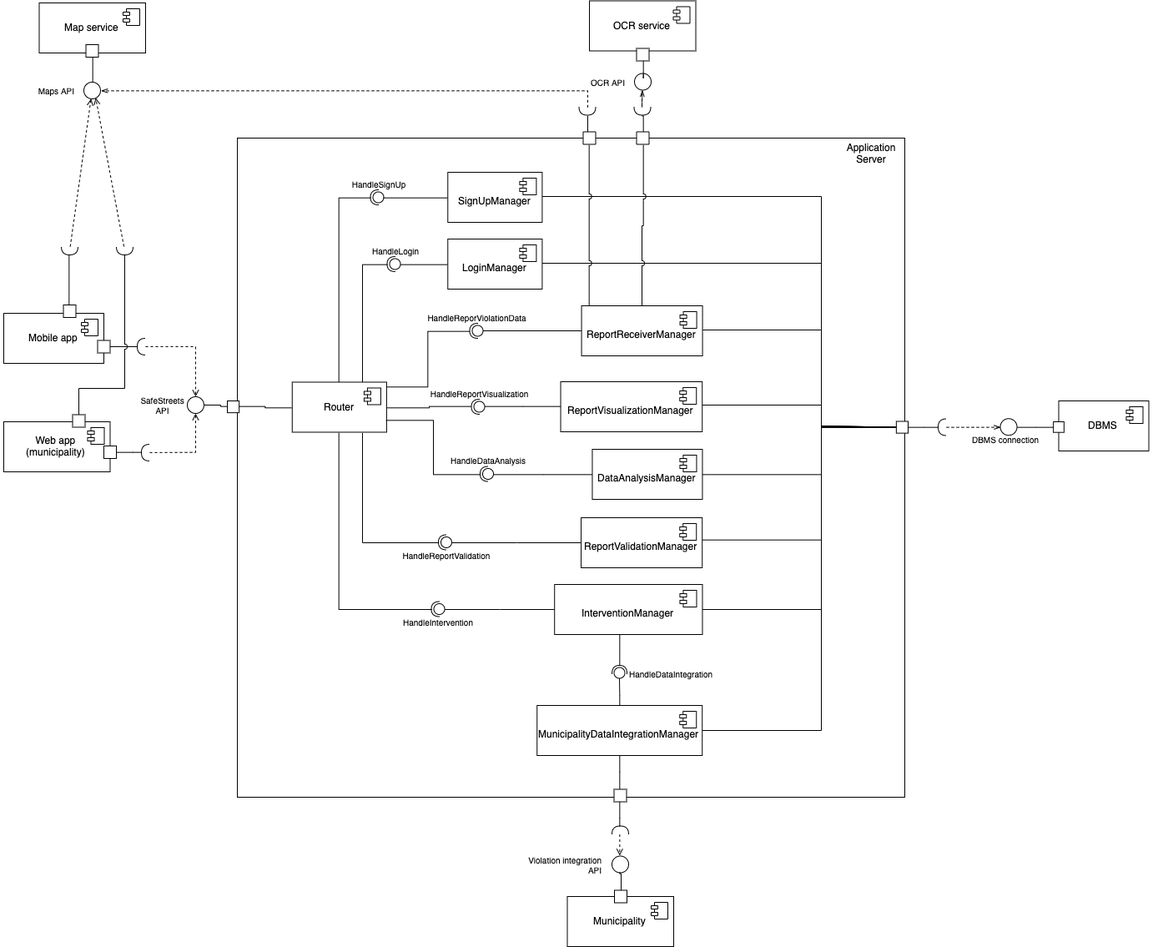
Before: Documentation/DD/Images/componentsDiagram.png, a diagram exported from draw.io (AndreaFalanti/FalantiHuang-SwEngineering2). Source tidied: cells renumbered, new cells last; positions are measured from the earlier drawing's top-left corner, leaving out a move shared by most shapes.
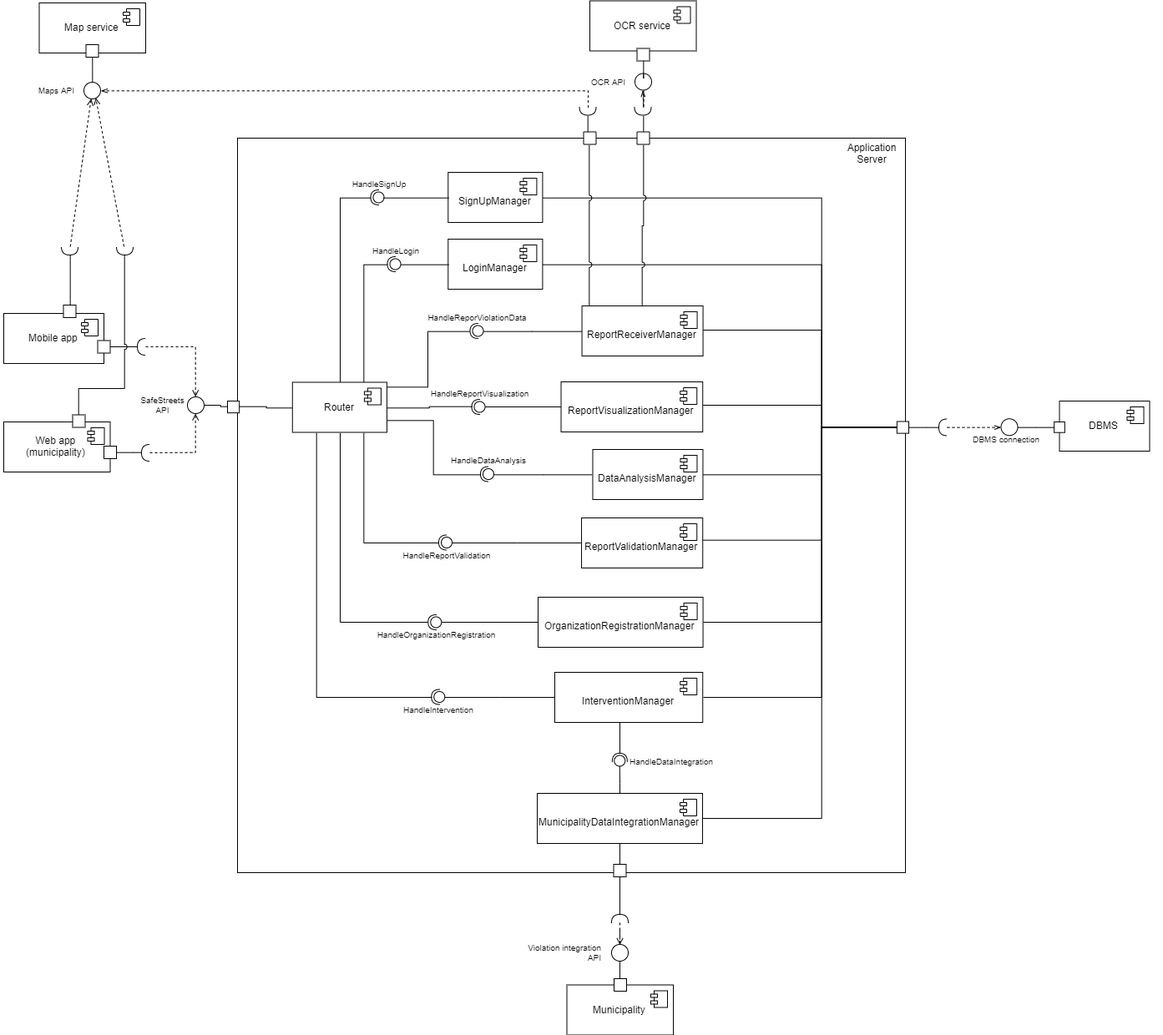
Above is the later version.

The edit, as a diff of the source:
```diff
@@ -3,7 +3,7 @@
     <mxCell id="0" />
     <mxCell id="1" parent="0" />
     <mxCell id="2" style="html=1;fontFamily=Helvetica;fontSize=10;align=center;labelPosition=center;verticalLabelPosition=middle;verticalAlign=top;" parent="1" vertex="1">
-      <mxGeometry x="284" y="164" width="800" height="790" as="geometry" />
+      <mxGeometry x="284" y="164" width="800" height="880" as="geometry" />
     </mxCell>
     <mxCell id="3" style="edgeStyle=orthogonalEdgeStyle;rounded=0;jettySize=auto;html=1;entryX=0.5;entryY=0;entryDx=0;entryDy=0;endArrow=open;endFill=0;dashed=1;fontFamily=Helvetica;fontSize=12;" parent="1" edge="1" source="4" target="20">
       <mxGeometry relative="1" as="geometry" />
@@ -87,9 +87,12 @@
     <mxCell id="28" style="edgeStyle=orthogonalEdgeStyle;rounded=0;jettySize=auto;html=1;exitX=0.75;exitY=1;exitDx=0;exitDy=0;endArrow=none;endFill=0;fontFamily=Helvetica;fontSize=10;entryX=1;entryY=0.5;entryDx=0;entryDy=0;entryPerimeter=0;" parent="1" edge="1" source="30" target="62">
       <mxGeometry relative="1" as="geometry" />
     </mxCell>
-    <mxCell id="29" style="edgeStyle=orthogonalEdgeStyle;rounded=0;jettySize=auto;html=1;exitX=0.5;exitY=1;exitDx=0;exitDy=0;endArrow=none;endFill=0;fontFamily=Helvetica;fontSize=10;entryX=1;entryY=0.5;entryDx=0;entryDy=0;entryPerimeter=0;" parent="1" edge="1" source="30" target="66">
+    <mxCell id="29" style="edgeStyle=orthogonalEdgeStyle;rounded=0;jettySize=auto;html=1;exitX=0.25;exitY=1;exitDx=0;exitDy=0;endArrow=none;endFill=0;fontFamily=Helvetica;fontSize=10;entryX=1;entryY=0.5;entryDx=0;entryDy=0;entryPerimeter=0;" parent="1" edge="1" source="30" target="66">
       <mxGeometry relative="1" as="geometry" />
     </mxCell>
+    <mxCell id="168" style="edgeStyle=orthogonalEdgeStyle;rounded=0;jettySize=auto;html=1;exitX=0.5;exitY=1;exitDx=0;exitDy=0;entryX=1;entryY=0.5;entryDx=0;entryDy=0;entryPerimeter=0;endArrow=none;endFill=0;" parent="1" edge="1" source="30" target="177">
+      <mxGeometry relative="1" as="geometry" />
+    </mxCell>
     <mxCell id="30" value="Router" style="html=1;align=center;fontFamily=Helvetica;fontSize=12;" parent="1" vertex="1">
       <mxGeometry x="349.8" y="456.5" width="113.1" height="60" as="geometry" />
     </mxCell>
@@ -101,8 +104,8 @@
     <mxCell id="32" style="edgeStyle=orthogonalEdgeStyle;rounded=0;jumpStyle=none;jettySize=auto;html=1;entryX=0;entryY=0.5;entryDx=0;entryDy=0;endArrow=none;endFill=0;fontFamily=Helvetica;fontSize=10;" parent="1" edge="1" source="33" target="133">
       <mxGeometry relative="1" as="geometry">
         <Array as="points">
-          <mxPoint x="984" y="314" />
-          <mxPoint x="984" y="509" />
+          <mxPoint x="984" y="315" />
+          <mxPoint x="984" y="511" />
         </Array>
       </mxGeometry>
     </mxCell>
@@ -138,16 +141,16 @@
     <mxCell id="42" style="edgeStyle=orthogonalEdgeStyle;rounded=0;jettySize=auto;html=1;entryX=0.5;entryY=0;entryDx=0;entryDy=0;endArrow=none;endFill=0;fontFamily=Helvetica;fontSize=10;" parent="1" edge="1" source="44" target="135">
       <mxGeometry relative="1" as="geometry" />
     </mxCell>
-    <mxCell id="43" style="edgeStyle=orthogonalEdgeStyle;rounded=0;jumpStyle=none;jettySize=auto;html=1;entryX=0;entryY=0.5;entryDx=0;entryDy=0;endArrow=none;endFill=0;fontFamily=Helvetica;fontSize=10;" parent="1" edge="1" source="44" target="133">
+    <mxCell id="43" style="edgeStyle=orthogonalEdgeStyle;rounded=0;jumpStyle=none;jettySize=auto;html=1;entryX=0;entryY=0.5;entryDx=0;entryDy=0;endArrow=none;endFill=0;fontFamily=Helvetica;fontSize=10;exitX=1;exitY=0.5;exitDx=0;exitDy=0;" parent="1" edge="1" source="44" target="133">
       <mxGeometry relative="1" as="geometry">
         <Array as="points">
-          <mxPoint x="984" y="874" />
-          <mxPoint x="984" y="510" />
+          <mxPoint x="984" y="979" />
+          <mxPoint x="984" y="511" />
         </Array>
       </mxGeometry>
     </mxCell>
     <mxCell id="44" value="MunicipalityDataIntegrationManager" style="html=1;align=center;verticalAlign=middle;horizontal=1;spacingBottom=0;spacingTop=10;noLabel=0;fontFamily=Helvetica;fontSize=12;" parent="1" vertex="1">
-      <mxGeometry x="643.2" y="844" width="198" height="60" as="geometry" />
+      <mxGeometry x="643" y="949" width="198" height="60" as="geometry" />
     </mxCell>
     <mxCell id="45" style="shape=component;jettyWidth=8;jettyHeight=4;fontFamily=Helvetica;fontSize=12;" parent="44" vertex="1">
       <mxGeometry x="1" width="20" height="20" relative="1" as="geometry">
@@ -205,16 +208,16 @@
     <mxCell id="55" style="edgeStyle=orthogonalEdgeStyle;rounded=0;jettySize=auto;html=1;exitX=0.5;exitY=1;exitDx=0;exitDy=0;entryX=1;entryY=0.5;entryDx=0;entryDy=0;entryPerimeter=0;endArrow=none;endFill=0;fontFamily=Helvetica;fontSize=10;" parent="1" edge="1" source="57" target="71">
       <mxGeometry relative="1" as="geometry" />
     </mxCell>
-    <mxCell id="56" style="edgeStyle=orthogonalEdgeStyle;rounded=0;jumpStyle=none;jettySize=auto;html=1;entryX=0;entryY=0.5;entryDx=0;entryDy=0;endArrow=none;endFill=0;fontFamily=Helvetica;fontSize=10;" parent="1" edge="1" source="57" target="133">
+    <mxCell id="56" style="edgeStyle=orthogonalEdgeStyle;rounded=0;jumpStyle=none;jettySize=auto;html=1;entryX=0;entryY=0.5;entryDx=0;entryDy=0;endArrow=none;endFill=0;fontFamily=Helvetica;fontSize=10;exitX=1;exitY=0.5;exitDx=0;exitDy=0;" parent="1" edge="1" source="57" target="133">
       <mxGeometry relative="1" as="geometry">
         <Array as="points">
-          <mxPoint x="984" y="729" />
-          <mxPoint x="984" y="510" />
+          <mxPoint x="984" y="834" />
+          <mxPoint x="984" y="511" />
         </Array>
       </mxGeometry>
     </mxCell>
     <mxCell id="57" value="InterventionManager" style="html=1;align=center;verticalAlign=middle;horizontal=1;spacingBottom=0;spacingTop=10;fontFamily=Helvetica;fontSize=12;" parent="1" vertex="1">
-      <mxGeometry x="664.2" y="699" width="177.2" height="60" as="geometry" />
+      <mxGeometry x="664" y="804" width="177.2" height="60" as="geometry" />
     </mxCell>
     <mxCell id="58" style="shape=component;jettyWidth=8;jettyHeight=4;fontFamily=Helvetica;fontSize=12;" parent="57" vertex="1">
       <mxGeometry x="1" width="20" height="20" relative="1" as="geometry">
@@ -233,32 +236,20 @@
     <mxCell id="62" style="shape=requiredInterface;html=1;verticalLabelPosition=bottom;fontFamily=Helvetica;fontSize=10;align=center;flipH=1;" parent="59" vertex="1">
       <mxGeometry x="41" width="10" height="18" as="geometry" />
     </mxCell>
-    <mxCell id="63" style="group;" parent="1" vertex="1">
-      <mxGeometry x="475.5" y="719.5" width="100" height="29" as="geometry" />
-    </mxCell>
-    <mxCell id="64" style="ellipse;whiteSpace=wrap;html=1;align=center;fontFamily=Helvetica;fontSize=12;" parent="63" vertex="1">
-      <mxGeometry x="44" y="2.5" width="13" height="13" as="geometry" />
-    </mxCell>
-    <mxCell id="65" value="HandleIntervention" style="text;html=1;strokeColor=none;fillColor=none;align=center;verticalAlign=middle;whiteSpace=wrap;rounded=0;fontSize=10;fontFamily=Helvetica;" parent="63" vertex="1">
-      <mxGeometry y="19" width="100" height="10" as="geometry" />
-    </mxCell>
-    <mxCell id="66" style="shape=requiredInterface;html=1;verticalLabelPosition=bottom;fontFamily=Helvetica;fontSize=10;align=center;flipH=1;" parent="63" vertex="1">
-      <mxGeometry x="41" width="10" height="18" as="geometry" />
-    </mxCell>
     <mxCell id="67" style="edgeStyle=orthogonalEdgeStyle;rounded=0;jettySize=auto;html=1;entryX=0;entryY=0.5;entryDx=0;entryDy=0;endArrow=none;endFill=0;fontFamily=Helvetica;fontSize=10;" parent="1" edge="1" source="64" target="57">
       <mxGeometry relative="1" as="geometry" />
     </mxCell>
     <mxCell id="68" value="HandleDataIntegration" style="text;html=1;strokeColor=none;fillColor=none;align=left;verticalAlign=middle;whiteSpace=wrap;rounded=0;fontSize=10;fontFamily=Helvetica;" parent="1" vertex="1">
-      <mxGeometry x="752" y="801" width="70" height="10" as="geometry" />
+      <mxGeometry x="751.8" y="906" width="70" height="10" as="geometry" />
     </mxCell>
     <mxCell id="69" style="edgeStyle=orthogonalEdgeStyle;rounded=0;jettySize=auto;html=1;entryX=0.5;entryY=0;entryDx=0;entryDy=0;endArrow=none;endFill=0;fontFamily=Helvetica;fontSize=10;" parent="1" edge="1" source="70" target="44">
       <mxGeometry relative="1" as="geometry" />
     </mxCell>
     <mxCell id="70" style="ellipse;whiteSpace=wrap;html=1;align=center;fontFamily=Helvetica;fontSize=12;" parent="1" vertex="1">
-      <mxGeometry x="735.5" y="798.5" width="13" height="13" as="geometry" />
+      <mxGeometry x="735.3" y="903.5" width="13" height="13" as="geometry" />
     </mxCell>
     <mxCell id="71" style="shape=requiredInterface;html=1;verticalLabelPosition=bottom;fontFamily=Helvetica;fontSize=10;align=center;direction=south;flipV=1;" parent="1" vertex="1">
-      <mxGeometry x="733.1" y="796" width="18" height="10" as="geometry" />
+      <mxGeometry x="732.8" y="901" width="18" height="10" as="geometry" />
     </mxCell>
     <mxCell id="72" style="edgeStyle=orthogonalEdgeStyle;rounded=0;jettySize=auto;html=1;endArrow=none;endFill=0;fontFamily=Helvetica;fontSize=10;" parent="1" edge="1" source="78" target="53">
       <mxGeometry relative="1" as="geometry" />
@@ -303,7 +294,7 @@
       <mxGeometry relative="1" as="geometry">
         <Array as="points">
           <mxPoint x="984" y="567" />
-          <mxPoint x="984" y="509" />
+          <mxPoint x="984" y="511" />
         </Array>
       </mxGeometry>
     </mxCell>
@@ -348,8 +339,8 @@
     <mxCell id="98" style="edgeStyle=orthogonalEdgeStyle;rounded=0;jumpStyle=none;jettySize=auto;html=1;entryX=0;entryY=0.5;entryDx=0;entryDy=0;endArrow=none;endFill=0;fontFamily=Helvetica;fontSize=10;" parent="1" edge="1" source="99" target="133">
       <mxGeometry relative="1" as="geometry">
         <Array as="points">
-          <mxPoint x="984" y="234" />
-          <mxPoint x="984" y="509" />
+          <mxPoint x="984" y="235" />
+          <mxPoint x="984" y="511" />
         </Array>
       </mxGeometry>
     </mxCell>
@@ -470,13 +461,13 @@
       <mxGeometry y="24.5" width="14.1" height="14.1" as="geometry" />
     </mxCell>
     <mxCell id="134" style="group;" parent="1" vertex="1">
-      <mxGeometry x="633" y="944.5" width="174" height="188.5" as="geometry" />
+      <mxGeometry x="632" y="1034" width="174" height="188.5" as="geometry" />
     </mxCell>
     <mxCell id="135" style="whiteSpace=wrap;html=1;align=center;fontFamily=Helvetica;fontSize=12;" parent="134" vertex="1">
       <mxGeometry x="102.5" width="15" height="15" as="geometry" />
     </mxCell>
     <mxCell id="136" style="group;" parent="134" vertex="1">
-      <mxGeometry y="44" width="174" height="144.5" as="geometry" />
+      <mxGeometry y="60" width="174" height="144.5" as="geometry" />
     </mxCell>
     <mxCell id="137" style="group;" parent="136" vertex="1">
       <mxGeometry y="36" width="120" height="20" as="geometry" />
@@ -586,5 +577,54 @@
         </Array>
       </mxGeometry>
     </mxCell>
+    <mxCell id="169" style="edgeStyle=orthogonalEdgeStyle;rounded=0;jettySize=auto;html=1;exitX=1;exitY=0.5;exitDx=0;exitDy=0;entryX=0;entryY=0.5;entryDx=0;entryDy=0;endArrow=none;endFill=0;" parent="1" edge="1" source="170" target="133">
+      <mxGeometry relative="1" as="geometry">
+        <Array as="points">
+          <mxPoint x="984" y="744" />
+          <mxPoint x="984" y="511" />
+        </Array>
+      </mxGeometry>
+    </mxCell>
+    <mxCell id="170" value="OrganizationRegistrationManager" style="html=1;align=center;verticalAlign=middle;horizontal=1;spacingBottom=0;spacingTop=10;fontFamily=Helvetica;fontSize=12;" parent="1" vertex="1">
+      <mxGeometry x="644" y="714" width="197.6" height="60" as="geometry" />
+    </mxCell>
+    <mxCell id="171" style="shape=component;jettyWidth=8;jettyHeight=4;fontFamily=Helvetica;fontSize=12;" parent="170" vertex="1">
+      <mxGeometry x="1" width="20" height="20" relative="1" as="geometry">
+        <mxPoint x="-27" y="7" as="offset" />
+      </mxGeometry>
+    </mxCell>
+    <mxCell id="172" style="group;" parent="1" vertex="1">
+      <mxGeometry x="475.3" y="824.5" width="100" height="29" as="geometry" />
+    </mxCell>
+    <mxCell id="63" style="group;" parent="172" vertex="1">
+      <mxGeometry width="100" height="29" as="geometry" />
+    </mxCell>
+    <mxCell id="64" style="ellipse;whiteSpace=wrap;html=1;align=center;fontFamily=Helvetica;fontSize=12;" parent="63" vertex="1">
+      <mxGeometry x="44" y="2.5" width="13" height="13" as="geometry" />
+    </mxCell>
+    <mxCell id="65" value="HandleIntervention" style="text;html=1;strokeColor=none;fillColor=none;align=center;verticalAlign=middle;whiteSpace=wrap;rounded=0;fontSize=10;fontFamily=Helvetica;" parent="63" vertex="1">
+      <mxGeometry y="19" width="100" height="10" as="geometry" />
+    </mxCell>
+    <mxCell id="66" style="shape=requiredInterface;html=1;verticalLabelPosition=bottom;fontFamily=Helvetica;fontSize=10;align=center;flipH=1;" parent="63" vertex="1">
+      <mxGeometry x="41" width="10" height="18" as="geometry" />
+    </mxCell>
+    <mxCell id="173" style="group;" parent="1" vertex="1">
+      <mxGeometry x="471.3" y="735" width="100" height="29" as="geometry" />
+    </mxCell>
+    <mxCell id="174" style="group;" parent="173" vertex="1">
+      <mxGeometry width="100" height="29" as="geometry" />
+    </mxCell>
+    <mxCell id="175" style="ellipse;whiteSpace=wrap;html=1;align=center;fontFamily=Helvetica;fontSize=12;" parent="174" vertex="1">
+      <mxGeometry x="44" y="2.5" width="13" height="13" as="geometry" />
+    </mxCell>
+    <mxCell id="176" value="HandleOrganizationRegistration" style="text;html=1;strokeColor=none;fillColor=none;align=center;verticalAlign=middle;whiteSpace=wrap;rounded=0;fontSize=10;fontFamily=Helvetica;" parent="174" vertex="1">
+      <mxGeometry y="19" width="100" height="10" as="geometry" />
+    </mxCell>
+    <mxCell id="177" style="shape=requiredInterface;html=1;verticalLabelPosition=bottom;fontFamily=Helvetica;fontSize=10;align=center;flipH=1;" parent="174" vertex="1">
+      <mxGeometry x="41" width="10" height="18" as="geometry" />
+    </mxCell>
+    <mxCell id="178" style="edgeStyle=orthogonalEdgeStyle;rounded=0;jettySize=auto;html=1;exitX=1;exitY=0.5;exitDx=0;exitDy=0;entryX=0;entryY=0.5;entryDx=0;entryDy=0;endArrow=none;endFill=0;" parent="1" edge="1" source="175" target="170">
+      <mxGeometry relative="1" as="geometry" />
+    </mxCell>
   </root>
 </mxGraphModel>
```
